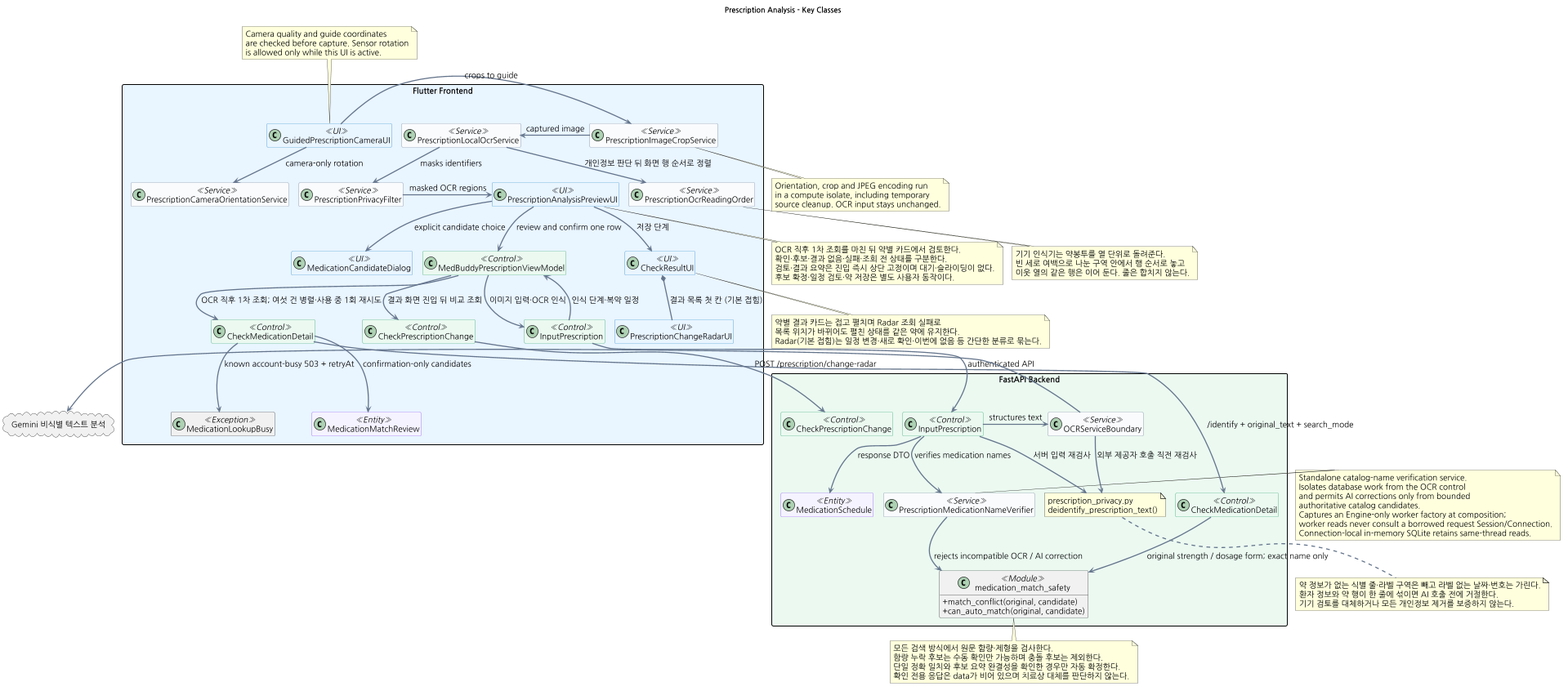
Earlier version of the PlantUML export docs/UML/class/02_PrescriptionAnalysis.png (1window2/MedBuddy). Its source is kept beside it as docs/UML/class/02_PrescriptionAnalysis.puml.
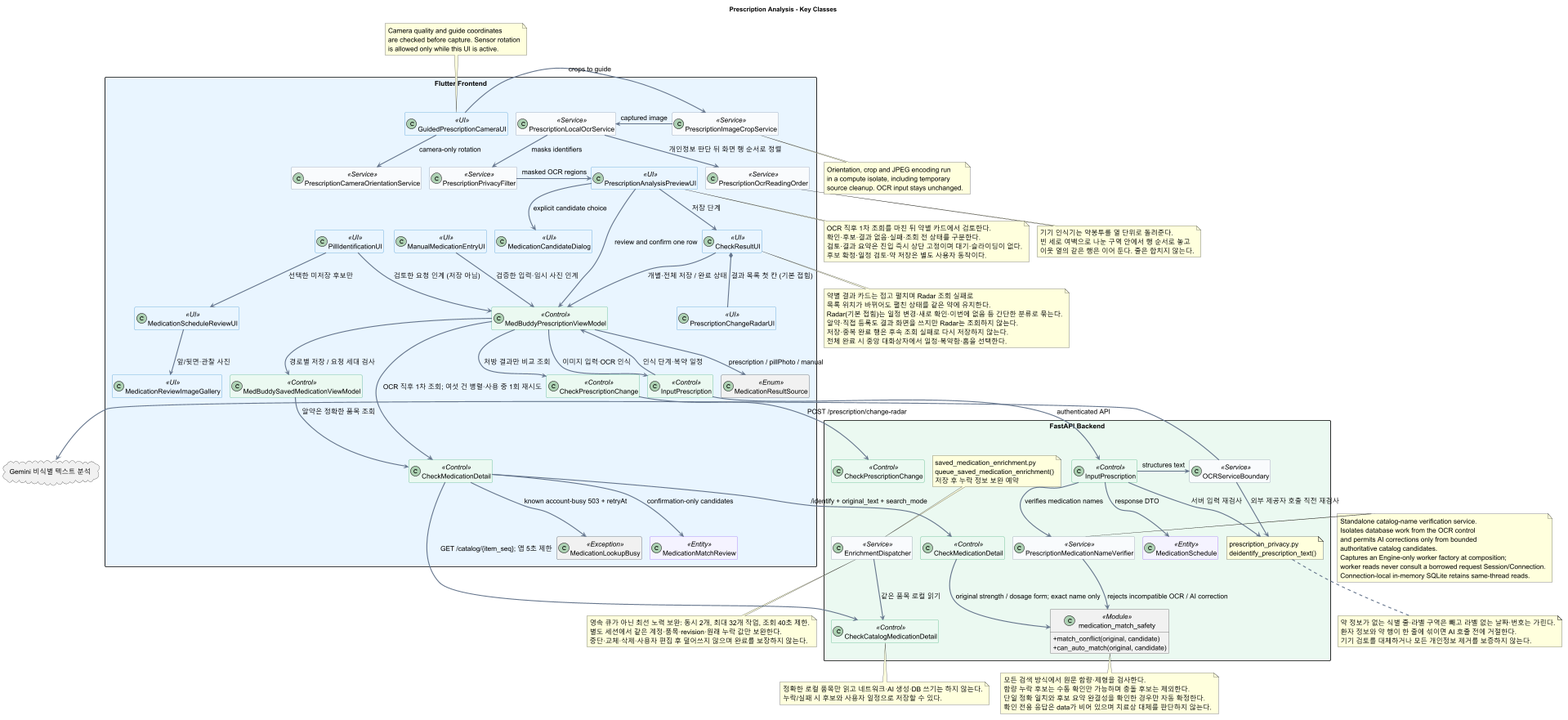
After the commit.

Commit message:
docs(registration): document shared review and deferred enrichment

What changed in the source:
```diff
@@ -40,6 +40,12 @@
   class PrescriptionAnalysisPreviewUI <<UI>>
   class MedicationCandidateDialog <<UI>>
   class CheckResultUI <<UI>>
+  class PillIdentificationUI <<UI>>
+  class ManualMedicationEntryUI <<UI>>
+  class MedicationScheduleReviewUI <<UI>>
+  class MedicationReviewImageGallery <<UI>>
+  class MedicationResultSource <<Enum>>
+  class MedBuddySavedMedicationViewModel <<Control>>
   class PrescriptionChangeRadarUI <<UI>>
   class "CheckPrescriptionChange" as FCheckPrescriptionChange <<Control>>
   class MedBuddyPrescriptionViewModel <<Control>>
@@ -56,6 +62,9 @@
   class "PrescriptionMedicationNameVerifier" as MedicationNameVerifier <<Service>>
   class "MedicationSchedule" as BMedicationSchedule <<Entity>>
   class "CheckMedicationDetail" as BCheckMedicationDetail <<Control>>
+  class CheckCatalogMedicationDetail <<Control>>
+  class EnrichmentDispatcher <<Service>>
+  note "saved_medication_enrichment.py\nqueue_saved_medication_enrichment()\n저장 후 누락 정보 보완 예약" as EnrichmentModule
   class "CheckPrescriptionChange" as BCheckPrescriptionChange <<Control>>
   class "medication_match_safety" as MatchSafety <<Module>> {
     + match_conflict(original, candidate)
@@ -94,8 +103,19 @@
 FCheckMedicationDetail --> MedicationLookupBusy : known account-busy 503 + retryAt
 BCheckMedicationDetail --> MatchSafety : original strength / dosage form; exact name only
 PrescriptionAnalysisPreviewUI --> CheckResultUI : 저장 단계
+PillIdentificationUI --> MedicationScheduleReviewUI : 선택한 미저장 후보만
+MedicationScheduleReviewUI --> MedicationReviewImageGallery : 앞/뒷면·관찰 사진
+PillIdentificationUI --> MedBuddyPrescriptionViewModel : 검토한 요청 인계 (저장 아님)
+ManualMedicationEntryUI --> MedBuddyPrescriptionViewModel : 검증한 입력·임시 사진 인계
+MedBuddyPrescriptionViewModel --> MedicationResultSource : prescription / pillPhoto / manual
+CheckResultUI --> MedBuddyPrescriptionViewModel : 개별·전체 저장 / 완료 상태
+MedBuddyPrescriptionViewModel --> MedBuddySavedMedicationViewModel : 경로별 저장 / 요청 세대 검사
+MedBuddySavedMedicationViewModel --> FCheckMedicationDetail : 알약은 정확한 품목 조회
+FCheckMedicationDetail --> CheckCatalogMedicationDetail : GET /catalog/{item_seq}; 앱 5초 제한
+EnrichmentModule --> EnrichmentDispatcher : 저장·중복 응답 확정 후
+EnrichmentDispatcher --> CheckCatalogMedicationDetail : 같은 품목 로컬 읽기
 CheckResultUI *-- PrescriptionChangeRadarUI : 결과 목록 첫 칸 (기본 접힘)
-MedBuddyPrescriptionViewModel --> FCheckPrescriptionChange : 결과 화면 진입 뒤 비교 조회
+MedBuddyPrescriptionViewModel --> FCheckPrescriptionChange : 처방 결과만 비교 조회
 FCheckPrescriptionChange --> BCheckPrescriptionChange : POST /prescription/change-radar
 
 note bottom of PrescriptionOcrReadingOrder
@@ -108,6 +128,19 @@
   약별 결과 카드는 접고 펼치며 Radar 조회 실패로
   목록 위치가 바뀌어도 펼친 상태를 같은 약에 유지한다.
   Radar(기본 접힘)는 일정 변경·새로 확인·이번에 없음 등 간단한 분류로 묶는다.
+  알약·직접 등록도 결과 화면을 쓰지만 Radar는 조회하지 않는다.
+  저장·중복 완료 행은 후속 조회 실패로 다시 저장하지 않는다.
+  전체 완료 시 중앙 대화상자에서 일정·복약함·홈을 선택한다.
+end note
+
+note bottom of CheckCatalogMedicationDetail
+  정확한 로컬 품목만 읽고 네트워크·AI 생성·DB 쓰기는 하지 않는다.
+  누락/실패 시 후보와 사용자 일정으로 저장할 수 있다.
+end note
+note bottom of EnrichmentDispatcher
+  영속 큐가 아닌 최선 노력 보완: 동시 2개, 최대 32개 작업, 조회 40초 제한.
+  별도 세션에서 같은 계정·품목·revision·원래 누락 값만 보완한다.
+  중단·교체·삭제·사용자 편집 후 덮어쓰지 않으며 완료를 보장하지 않는다.
 end note
 
 note right of MedicationNameVerifier
```
